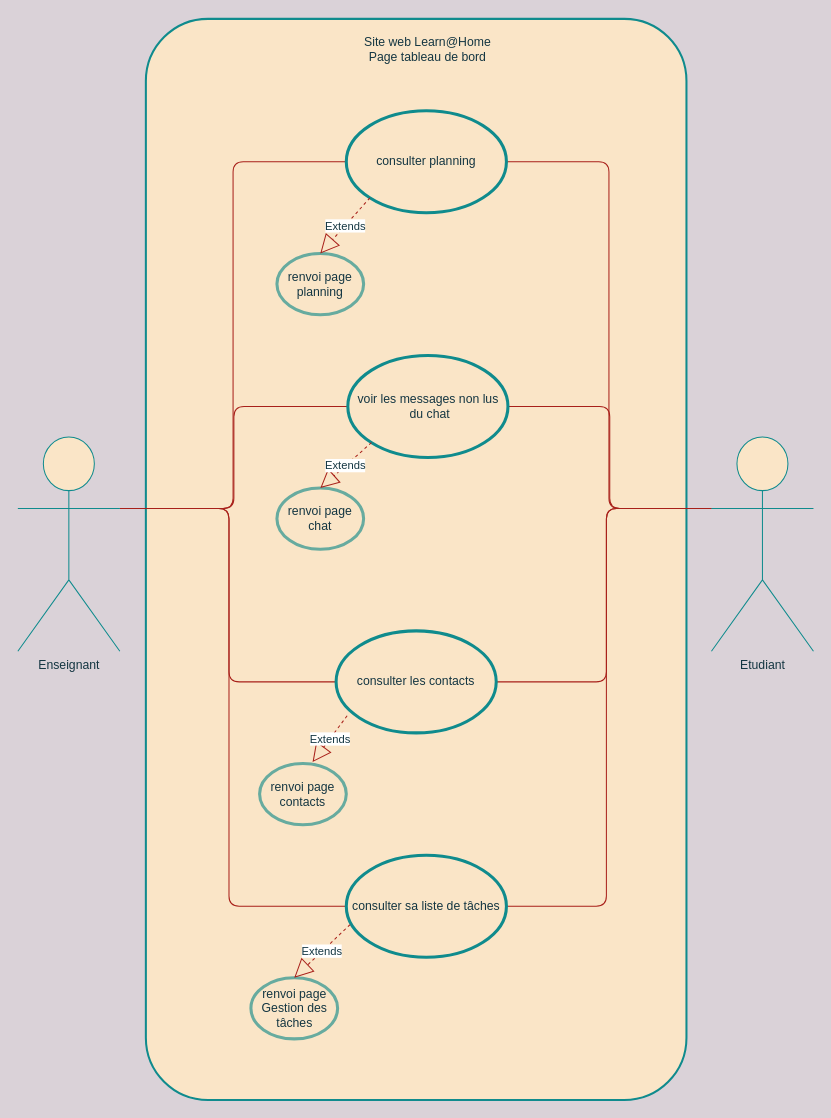
Formation-DA-PYTHON2021/projet3 keeps this draw.io diagram as page "Tableau de bord" (2 of 6) of Copy of Untitled Diagram.drawio. Above is the earlier version. Source tidied: cells renumbered, new cells numbered last; positions are measured from the earlier drawing's top-left corner, leaving out a move shared by most shapes. Both pictures are drawn from the tidied source at 102%, with x=0, y=0 at pixel (17, 18).
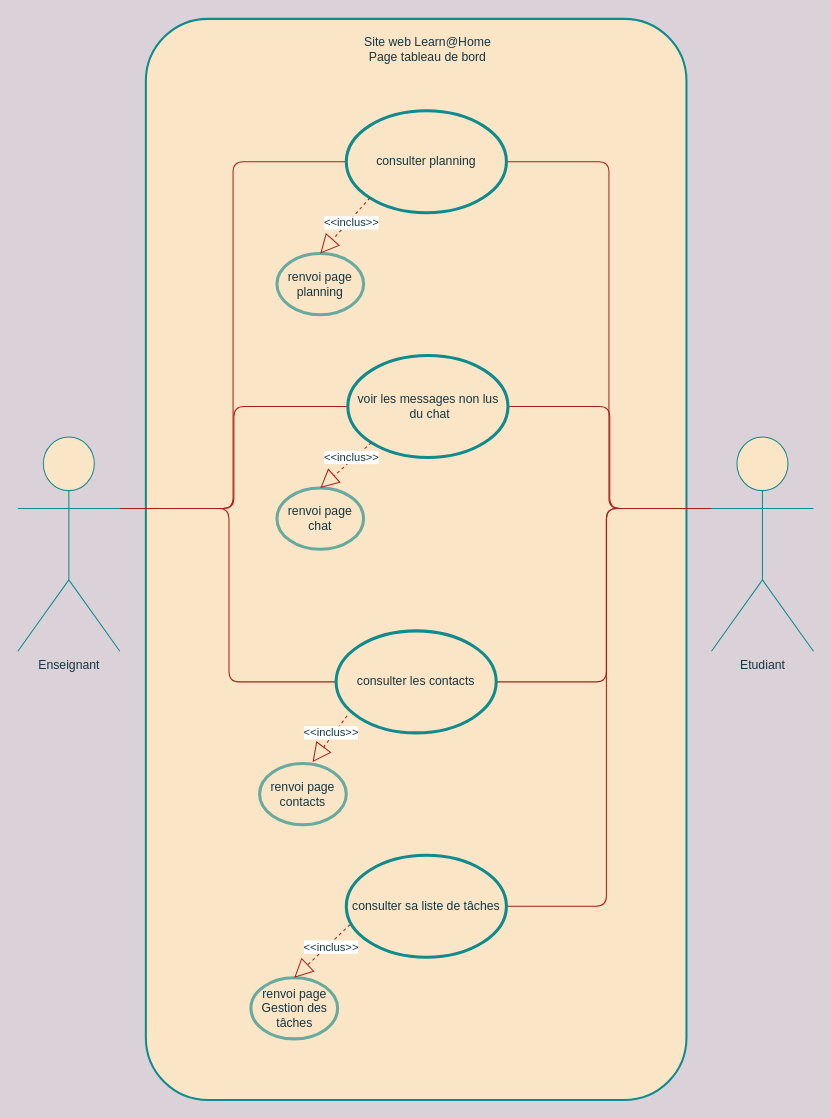
The same page after the edit.

The change refers to these unchanged cells:
```xml
<mxCell id="13" value="Enseignant" style="shape=umlActor;verticalLabelPosition=bottom;verticalAlign=top;html=1;fillColor=#FAE5C7;strokeColor=#0F8B8D;fontColor=#143642;" parent="1" vertex="1">
  <mxGeometry y="410" width="100" height="210" as="geometry" />
</mxCell>
<mxCell id="14" value="consulter planning" style="ellipse;whiteSpace=wrap;html=1;fillColor=#FAE5C7;strokeColor=#0F8B8D;fontColor=#143642;strokeWidth=3;" parent="1" vertex="1">
  <mxGeometry x="322" y="90" width="157" height="100" as="geometry" />
</mxCell>
<mxCell id="15" value="voir les messages non lus&lt;br&gt;&amp;nbsp;du chat" style="ellipse;whiteSpace=wrap;html=1;fillColor=#FAE5C7;strokeColor=#0F8B8D;fontColor=#143642;strokeWidth=3;" parent="1" vertex="1">
  <mxGeometry x="323.5" y="330" width="157" height="100" as="geometry" />
</mxCell>
<mxCell id="16" value="consulter les contacts" style="ellipse;whiteSpace=wrap;html=1;fillColor=#FAE5C7;strokeColor=#0F8B8D;fontColor=#143642;strokeWidth=3;" parent="1" vertex="1">
  <mxGeometry x="312" y="600" width="157" height="100" as="geometry" />
</mxCell>
<mxCell id="17" value="consulter sa liste de tâches" style="ellipse;whiteSpace=wrap;html=1;fillColor=#FAE5C7;strokeColor=#0F8B8D;fontColor=#143642;strokeWidth=3;" parent="1" vertex="1">
  <mxGeometry x="322" y="820" width="157" height="100" as="geometry" />
</mxCell>
<mxCell id="18" value="renvoi page planning" style="ellipse;whiteSpace=wrap;html=1;fillColor=#FAE5C7;strokeColor=#67AB9F;fontColor=#143642;strokeWidth=3;" parent="1" vertex="1">
  <mxGeometry x="254" y="230" width="85" height="60" as="geometry" />
</mxCell>
<mxCell id="19" value="renvoi page chat" style="ellipse;whiteSpace=wrap;html=1;fillColor=#FAE5C7;strokeColor=#67AB9F;fontColor=#143642;strokeWidth=3;" parent="1" vertex="1">
  <mxGeometry x="254" y="460" width="85" height="60" as="geometry" />
</mxCell>
<mxCell id="20" value="renvoi page contacts" style="ellipse;whiteSpace=wrap;html=1;fillColor=#FAE5C7;strokeColor=#67AB9F;fontColor=#143642;strokeWidth=3;" parent="1" vertex="1">
  <mxGeometry x="237" y="730" width="85" height="60" as="geometry" />
</mxCell>
<mxCell id="21" value="renvoi page Gestion des tâches" style="ellipse;whiteSpace=wrap;html=1;fillColor=#FAE5C7;strokeColor=#67AB9F;fontColor=#143642;strokeWidth=3;" parent="1" vertex="1">
  <mxGeometry x="228.5" y="940" width="85" height="60" as="geometry" />
</mxCell>
```

Change to the diagram source:
```diff
@@
-    <mxCell id="12" style="edgeStyle=orthogonalEdgeStyle;rounded=1;jettySize=auto;html=1;exitX=1;exitY=0.3333333333333333;exitDx=0;exitDy=0;exitPerimeter=0;entryX=0;entryY=0.5;entryDx=0;entryDy=0;fontColor=#143642;endArrow=none;endFill=0;strokeColor=#A8201A;fillColor=#FAE5C7;" parent="1" edge="1" source="13" target="17">
-      <mxGeometry relative="1" as="geometry">
-        <Array as="points">
-          <mxPoint x="207" y="480" />
-          <mxPoint x="207" y="870" />
-        </Array>
-      </mxGeometry>
-    </mxCell>
@@
-    <mxCell id="22" value="Extends" style="endArrow=block;endSize=16;endFill=0;html=1;fontColor=#143642;strokeColor=#A8201A;fillColor=#FAE5C7;entryX=0.5;entryY=0;entryDx=0;entryDy=0;exitX=0.024;exitY=0.679;exitDx=0;exitDy=0;exitPerimeter=0;dashed=1;" parent="1" edge="1" source="17" target="21">
-      <mxGeometry relative="1" as="geometry" />
+    <mxCell id="22" value="&amp;lt;&amp;lt;inclus&amp;gt;&amp;gt;" style="endArrow=block;endSize=16;endFill=0;html=1;fontColor=#143642;strokeColor=#A8201A;fillColor=#FAE5C7;entryX=0.5;entryY=0;entryDx=0;entryDy=0;exitX=0.024;exitY=0.679;exitDx=0;exitDy=0;exitPerimeter=0;dashed=1;" parent="1" edge="1" source="17" target="21">
+      <mxGeometry x="-0.24" y="3" relative="1" as="geometry" />
     </mxCell>
-    <mxCell id="23" value="Extends" style="endArrow=block;endSize=16;endFill=0;html=1;fontColor=#143642;strokeColor=#A8201A;fillColor=#FAE5C7;entryX=0.611;entryY=-0.024;entryDx=0;entryDy=0;exitX=0.069;exitY=0.832;exitDx=0;exitDy=0;exitPerimeter=0;dashed=1;entryPerimeter=0;" parent="1" edge="1" source="16" target="20">
-      <mxGeometry relative="1" as="geometry" />
+    <mxCell id="23" value="&amp;lt;&amp;lt;inclus&amp;gt;&amp;gt;" style="endArrow=block;endSize=16;endFill=0;html=1;fontColor=#143642;strokeColor=#A8201A;fillColor=#FAE5C7;entryX=0.611;entryY=-0.024;entryDx=0;entryDy=0;exitX=0.069;exitY=0.832;exitDx=0;exitDy=0;exitPerimeter=0;dashed=1;entryPerimeter=0;" parent="1" edge="1" source="16" target="20">
+      <mxGeometry x="-0.19" y="-3" relative="1" as="geometry" />
     </mxCell>
-    <mxCell id="24" value="Extends" style="endArrow=block;endSize=16;endFill=0;html=1;fontColor=#143642;strokeColor=#A8201A;fillColor=#FAE5C7;entryX=0.5;entryY=0;entryDx=0;entryDy=0;dashed=1;exitX=0;exitY=1;exitDx=0;exitDy=0;" parent="1" edge="1" source="15" target="19">
-      <mxGeometry relative="1" as="geometry" />
+    <mxCell id="24" value="&amp;lt;&amp;lt;inclus&amp;gt;&amp;gt;" style="endArrow=block;endSize=16;endFill=0;html=1;fontColor=#143642;strokeColor=#A8201A;fillColor=#FAE5C7;entryX=0.5;entryY=0;entryDx=0;entryDy=0;dashed=1;exitX=0;exitY=1;exitDx=0;exitDy=0;" parent="1" edge="1" source="15" target="19">
+      <mxGeometry x="-0.27" y="-2" relative="1" as="geometry" />
     </mxCell>
-    <mxCell id="25" value="Extends" style="endArrow=block;endSize=16;endFill=0;html=1;fontColor=#143642;strokeColor=#A8201A;fillColor=#FAE5C7;entryX=0.5;entryY=0;entryDx=0;entryDy=0;dashed=1;exitX=0;exitY=1;exitDx=0;exitDy=0;" parent="1" edge="1" source="14" target="18">
-      <mxGeometry relative="1" as="geometry" />
+    <mxCell id="25" value="&amp;lt;&amp;lt;inclus&amp;gt;&amp;gt;" style="endArrow=block;endSize=16;endFill=0;html=1;fontColor=#143642;strokeColor=#A8201A;fillColor=#FAE5C7;entryX=0.5;entryY=0;entryDx=0;entryDy=0;dashed=1;exitX=0;exitY=1;exitDx=0;exitDy=0;" parent="1" edge="1" source="14" target="18">
+      <mxGeometry x="-0.17" y="3" relative="1" as="geometry" />
     </mxCell>
```
